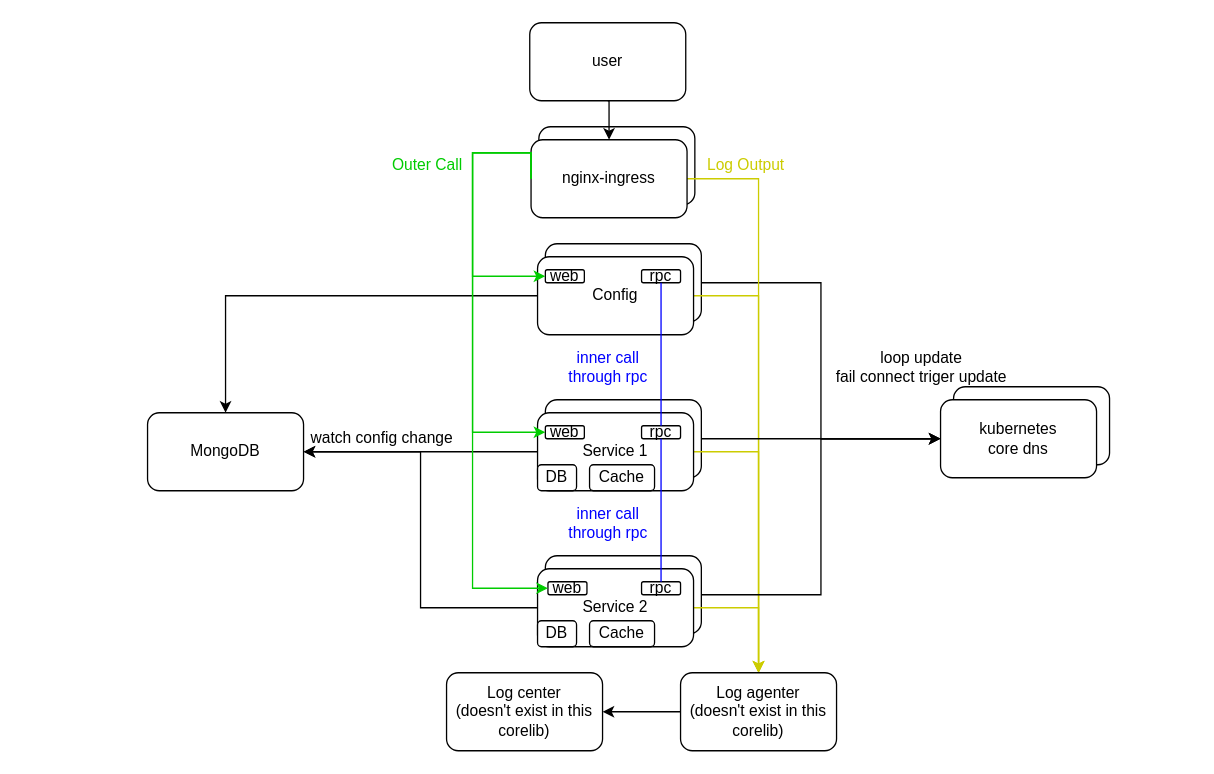
Above: Corelib.drawio in chenjie199234/Corelib (draw.io), before the change. Source tidied: cells renumbered, new cells numbered last; positions are measured from the earlier drawing's top-left corner, leaving out a move shared by most shapes. Both pictures are drawn from the tidied source at 130%, with x=0, y=0 at pixel (147, 22).
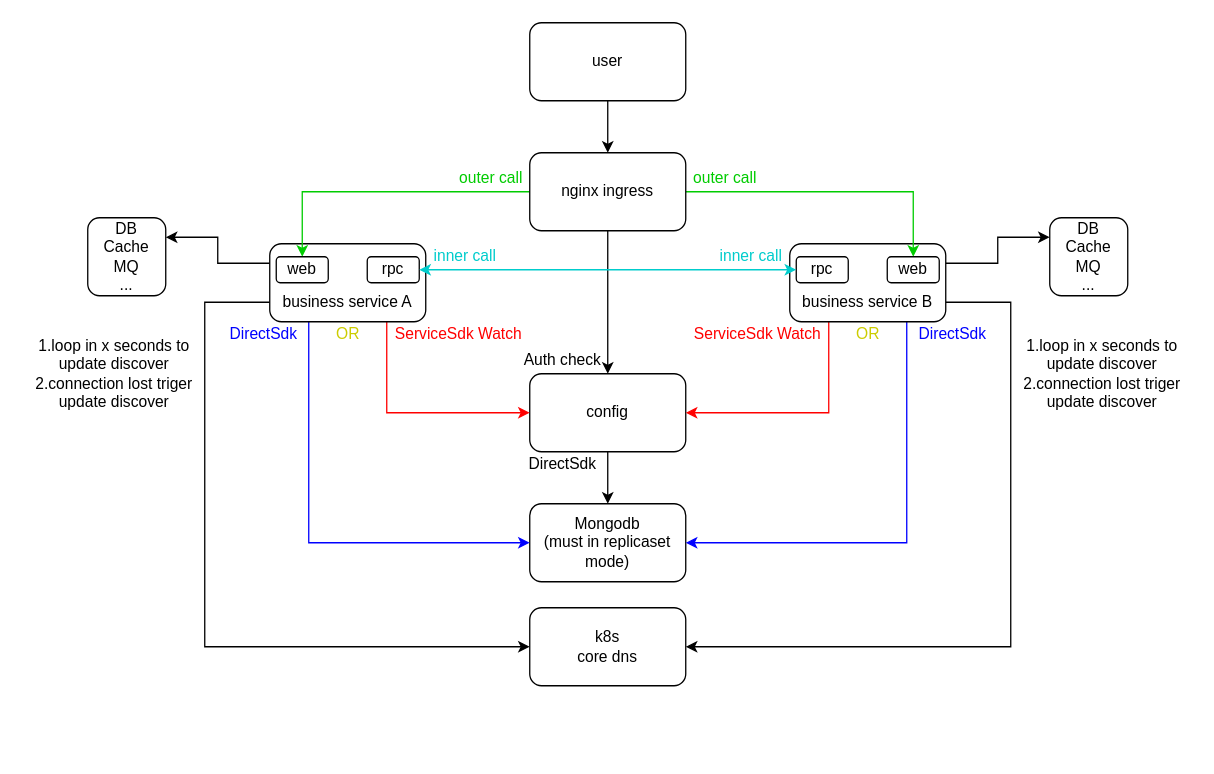
After the change.

Change to the diagram source:
```diff
@@
-    <mxCell id="2" style="rounded=1;whiteSpace=wrap;html=1;" parent="1" vertex="1">
-      <mxGeometry x="620" y="280" width="120" height="60" as="geometry" />
-    </mxCell>
-    <mxCell id="3" style="rounded=1;whiteSpace=wrap;html=1;" parent="1" vertex="1">
-      <mxGeometry x="301" y="80" width="120" height="60" as="geometry" />
-    </mxCell>
-    <mxCell id="4" style="edgeStyle=orthogonalEdgeStyle;rounded=0;jettySize=auto;html=1;exitX=1;exitY=0.5;exitDx=0;exitDy=0;entryX=0;entryY=0.5;entryDx=0;entryDy=0;" parent="1" edge="1" source="5" target="39">
-      <mxGeometry relative="1" as="geometry" />
-    </mxCell>
-    <mxCell id="5" style="rounded=1;whiteSpace=wrap;html=1;" parent="1" vertex="1">
-      <mxGeometry x="306" y="170" width="120" height="60" as="geometry" />
-    </mxCell>
-    <mxCell id="6" style="edgeStyle=orthogonalEdgeStyle;rounded=0;jettySize=auto;html=1;exitX=1;exitY=0.5;exitDx=0;exitDy=0;entryX=0.5;entryY=0;entryDx=0;entryDy=0;strokeColor=#CCCC00;" parent="1" edge="1" source="7" target="47">
-      <mxGeometry relative="1" as="geometry" />
-    </mxCell>
-    <mxCell id="7" value="nginx-ingress" style="rounded=1;whiteSpace=wrap;html=1;" parent="1" vertex="1">
-      <mxGeometry x="295" y="90" width="120" height="60" as="geometry" />
-    </mxCell>
-    <mxCell id="8" style="edgeStyle=orthogonalEdgeStyle;rounded=0;jettySize=auto;html=1;exitX=0;exitY=0.5;exitDx=0;exitDy=0;entryX=0.5;entryY=0;entryDx=0;entryDy=0;" parent="1" edge="1" source="10" target="21">
-      <mxGeometry relative="1" as="geometry" />
-    </mxCell>
-    <mxCell id="9" style="edgeStyle=orthogonalEdgeStyle;rounded=0;jettySize=auto;html=1;exitX=1;exitY=0.5;exitDx=0;exitDy=0;entryX=0.5;entryY=0;entryDx=0;entryDy=0;strokeColor=#CCCC00;" parent="1" edge="1" source="10" target="47">
-      <mxGeometry relative="1" as="geometry" />
-    </mxCell>
-    <mxCell id="10" value="Config" style="rounded=1;whiteSpace=wrap;html=1;" parent="1" vertex="1">
-      <mxGeometry x="300" y="180" width="120" height="60" as="geometry" />
-    </mxCell>
-    <mxCell id="11" style="edgeStyle=orthogonalEdgeStyle;rounded=0;jettySize=auto;html=1;exitX=1;exitY=0.5;exitDx=0;exitDy=0;" parent="1" edge="1" source="12" target="39">
-      <mxGeometry relative="1" as="geometry" />
-    </mxCell>
-    <mxCell id="12" style="rounded=1;whiteSpace=wrap;html=1;" parent="1" vertex="1">
-      <mxGeometry x="306" y="290" width="120" height="60" as="geometry" />
-    </mxCell>
-    <mxCell id="13" style="edgeStyle=orthogonalEdgeStyle;rounded=0;jettySize=auto;html=1;exitX=0;exitY=0.5;exitDx=0;exitDy=0;entryX=1;entryY=0.5;entryDx=0;entryDy=0;" parent="1" edge="1" source="15" target="21">
-      <mxGeometry relative="1" as="geometry" />
-    </mxCell>
-    <mxCell id="14" style="edgeStyle=orthogonalEdgeStyle;rounded=0;jettySize=auto;html=1;exitX=1;exitY=0.5;exitDx=0;exitDy=0;entryX=0.5;entryY=0;entryDx=0;entryDy=0;strokeColor=#CCCC00;" parent="1" edge="1" source="15" target="47">
-      <mxGeometry relative="1" as="geometry" />
-    </mxCell>
-    <mxCell id="15" value="Service 1" style="rounded=1;whiteSpace=wrap;html=1;" parent="1" vertex="1">
-      <mxGeometry x="300" y="300" width="120" height="60" as="geometry" />
-    </mxCell>
-    <mxCell id="16" style="edgeStyle=orthogonalEdgeStyle;rounded=0;jettySize=auto;html=1;exitX=1;exitY=0.5;exitDx=0;exitDy=0;entryX=0;entryY=0.5;entryDx=0;entryDy=0;" parent="1" edge="1" source="17" target="39">
-      <mxGeometry relative="1" as="geometry" />
-    </mxCell>
-    <mxCell id="17" style="rounded=1;whiteSpace=wrap;html=1;" parent="1" vertex="1">
-      <mxGeometry x="306" y="410" width="120" height="60" as="geometry" />
-    </mxCell>
-    <mxCell id="18" style="edgeStyle=orthogonalEdgeStyle;rounded=0;jettySize=auto;html=1;exitX=0;exitY=0.5;exitDx=0;exitDy=0;entryX=1;entryY=0.5;entryDx=0;entryDy=0;" parent="1" edge="1" source="20" target="21">
-      <mxGeometry relative="1" as="geometry" />
-    </mxCell>
-    <mxCell id="19" style="edgeStyle=orthogonalEdgeStyle;rounded=0;jettySize=auto;html=1;exitX=1;exitY=0.5;exitDx=0;exitDy=0;entryX=0.5;entryY=0;entryDx=0;entryDy=0;strokeColor=#CCCC00;" parent="1" edge="1" source="20" target="47">
-      <mxGeometry relative="1" as="geometry" />
-    </mxCell>
-    <mxCell id="20" value="Service 2" style="rounded=1;whiteSpace=wrap;html=1;" parent="1" vertex="1">
-      <mxGeometry x="300" y="420" width="120" height="60" as="geometry" />
-    </mxCell>
-    <mxCell id="21" value="MongoDB" style="rounded=1;whiteSpace=wrap;html=1;" parent="1" vertex="1">
-      <mxGeometry y="300" width="120" height="60" as="geometry" />
-    </mxCell>
-    <mxCell id="22" value="watch config change" style="text;html=1;align=center;verticalAlign=middle;strokeColor=none;fillColor=none;" parent="1" vertex="1">
-      <mxGeometry x="120" y="310" width="120" height="20" as="geometry" />
-    </mxCell>
-    <mxCell id="23" value="web" style="rounded=1;whiteSpace=wrap;html=1;" parent="1" vertex="1">
-      <mxGeometry x="306" y="190" width="30" height="10" as="geometry" />
-    </mxCell>
-    <mxCell id="24" value="rpc" style="rounded=1;whiteSpace=wrap;html=1;" parent="1" vertex="1">
-      <mxGeometry x="380" y="190" width="30" height="10" as="geometry" />
-    </mxCell>
-    <mxCell id="25" style="edgeStyle=orthogonalEdgeStyle;rounded=0;jettySize=auto;html=1;exitX=0;exitY=0.5;exitDx=0;exitDy=0;entryX=0;entryY=0.5;entryDx=0;entryDy=0;strokeColor=#00CC00;" parent="1" edge="1" source="7" target="23">
-      <mxGeometry relative="1" as="geometry">
-        <Array as="points">
-          <mxPoint x="250" y="100" />
-          <mxPoint x="250" y="195" />
-        </Array>
-      </mxGeometry>
-    </mxCell>
-    <mxCell id="26" value="web" style="rounded=1;whiteSpace=wrap;html=1;" parent="1" vertex="1">
-      <mxGeometry x="306" y="310" width="30" height="10" as="geometry" />
-    </mxCell>
-    <mxCell id="27" value="rpc" style="rounded=1;whiteSpace=wrap;html=1;" parent="1" vertex="1">
-      <mxGeometry x="380" y="310" width="30" height="10" as="geometry" />
-    </mxCell>
-    <mxCell id="28" style="edgeStyle=orthogonalEdgeStyle;rounded=0;jettySize=auto;html=1;exitX=0;exitY=0.5;exitDx=0;exitDy=0;entryX=0;entryY=0.5;entryDx=0;entryDy=0;strokeColor=#00CC00;" parent="1" edge="1" source="7" target="26">
-      <mxGeometry relative="1" as="geometry">
-        <Array as="points">
-          <mxPoint x="250" y="100" />
-          <mxPoint x="250" y="315" />
-        </Array>
-      </mxGeometry>
-    </mxCell>
-    <mxCell id="29" value="web" style="rounded=1;whiteSpace=wrap;html=1;" parent="1" vertex="1">
-      <mxGeometry x="308" y="430" width="30" height="10" as="geometry" />
-    </mxCell>
-    <mxCell id="30" value="rpc" style="rounded=1;whiteSpace=wrap;html=1;" parent="1" vertex="1">
-      <mxGeometry x="380" y="430" width="30" height="10" as="geometry" />
-    </mxCell>
-    <mxCell id="31" style="edgeStyle=orthogonalEdgeStyle;rounded=0;jettySize=auto;html=1;exitX=0;exitY=0.5;exitDx=0;exitDy=0;entryX=0;entryY=0.5;entryDx=0;entryDy=0;strokeColor=#00CC00;" parent="1" edge="1" source="7" target="29">
-      <mxGeometry relative="1" as="geometry">
-        <Array as="points">
-          <mxPoint x="250" y="100" />
-          <mxPoint x="250" y="435" />
-        </Array>
-      </mxGeometry>
-    </mxCell>
-    <mxCell id="32" value="&lt;font color=&quot;#00cc00&quot;&gt;Outer Call&lt;/font&gt;" style="text;html=1;align=center;verticalAlign=middle;strokeColor=none;fillColor=none;" parent="1" vertex="1">
-      <mxGeometry x="180" y="100" width="70" height="20" as="geometry" />
-    </mxCell>
-    <mxCell id="33" value="DB" style="rounded=1;whiteSpace=wrap;html=1;" parent="1" vertex="1">
-      <mxGeometry x="300" y="340" width="30" height="20" as="geometry" />
-    </mxCell>
-    <mxCell id="34" value="Cache" style="rounded=1;whiteSpace=wrap;html=1;" parent="1" vertex="1">
-      <mxGeometry x="340" y="340" width="50" height="20" as="geometry" />
-    </mxCell>
-    <mxCell id="35" value="DB" style="rounded=1;whiteSpace=wrap;html=1;" parent="1" vertex="1">
-      <mxGeometry x="300" y="460" width="30" height="20" as="geometry" />
-    </mxCell>
-    <mxCell id="36" value="Cache" style="rounded=1;whiteSpace=wrap;html=1;" parent="1" vertex="1">
-      <mxGeometry x="340" y="460" width="50" height="20" as="geometry" />
-    </mxCell>
-    <mxCell id="37" style="endArrow=none;html=1;strokeColor=#0000FF;exitX=0.5;exitY=1;exitDx=0;exitDy=0;entryX=0.5;entryY=0;entryDx=0;entryDy=0;" parent="1" edge="1" source="24" target="27">
-      <mxGeometry relative="1" as="geometry" />
-    </mxCell>
-    <mxCell id="38" style="endArrow=none;html=1;strokeColor=#0000FF;exitX=0.5;exitY=1;exitDx=0;exitDy=0;entryX=0.5;entryY=0;entryDx=0;entryDy=0;" parent="1" edge="1" source="27" target="30">
-      <mxGeometry relative="1" as="geometry" />
-    </mxCell>
-    <mxCell id="39" value="kubernetes&lt;br&gt;core dns" style="rounded=1;whiteSpace=wrap;html=1;" parent="1" vertex="1">
-      <mxGeometry x="610" y="290" width="120" height="60" as="geometry" />
-    </mxCell>
-    <mxCell id="40" value="loop update&lt;br&gt;fail connect triger update" style="text;html=1;align=center;verticalAlign=middle;strokeColor=none;fillColor=none;" parent="1" vertex="1">
-      <mxGeometry x="520" y="250" width="150" height="30" as="geometry" />
-    </mxCell>
-    <mxCell id="41" value="&lt;font color=&quot;#0000ff&quot;&gt;inner call&lt;br&gt;through rpc&lt;/font&gt;" style="text;html=1;align=center;verticalAlign=middle;strokeColor=none;fillColor=none;" parent="1" vertex="1">
-      <mxGeometry x="314" y="250" width="80" height="30" as="geometry" />
-    </mxCell>
-    <mxCell id="42" value="&lt;font color=&quot;#0000ff&quot;&gt;inner call&lt;br&gt;through rpc&lt;/font&gt;" style="text;html=1;align=center;verticalAlign=middle;strokeColor=none;fillColor=none;" parent="1" vertex="1">
-      <mxGeometry x="314" y="370" width="80" height="30" as="geometry" />
-    </mxCell>
-    <mxCell id="43" style="edgeStyle=orthogonalEdgeStyle;rounded=0;jettySize=auto;html=1;exitX=0.5;exitY=1;exitDx=0;exitDy=0;entryX=0.5;entryY=0;entryDx=0;entryDy=0;strokeColor=#000000;" parent="1" edge="1" source="44" target="7">
-      <mxGeometry relative="1" as="geometry" />
-    </mxCell>
+    <mxCell id="49" value="Mongodb&lt;br&gt;(must in replicaset mode)" style="rounded=1;whiteSpace=wrap;html=1;" parent="1" vertex="1">
+      <mxGeometry x="294" y="370" width="120" height="60" as="geometry" />
+    </mxCell>
+    <mxCell id="50" style="edgeStyle=orthogonalEdgeStyle;rounded=0;jettySize=auto;html=1;exitX=0.5;exitY=1;exitDx=0;exitDy=0;entryX=0.5;entryY=0;entryDx=0;entryDy=0;fontColor=#FF0000;strokeColor=#000000;" parent="1" edge="1" source="51" target="49">
+      <mxGeometry relative="1" as="geometry" />
+    </mxCell>
+    <mxCell id="51" value="config" style="rounded=1;whiteSpace=wrap;html=1;" parent="1" vertex="1">
+      <mxGeometry x="294" y="270" width="120" height="60" as="geometry" />
+    </mxCell>
+    <mxCell id="52" value="DirectSdk" style="text;html=1;align=center;verticalAlign=middle;strokeColor=none;fillColor=none;" parent="1" vertex="1">
+      <mxGeometry x="284" y="330" width="70" height="20" as="geometry" />
+    </mxCell>
+    <mxCell id="53" style="edgeStyle=orthogonalEdgeStyle;rounded=0;jettySize=auto;html=1;exitX=0.75;exitY=1;exitDx=0;exitDy=0;entryX=0;entryY=0.5;entryDx=0;entryDy=0;fontColor=#FF0000;strokeColor=#FF0000;" parent="1" edge="1" source="57" target="51">
+      <mxGeometry relative="1" as="geometry" />
+    </mxCell>
+    <mxCell id="54" style="edgeStyle=orthogonalEdgeStyle;rounded=0;jettySize=auto;html=1;exitX=0.25;exitY=1;exitDx=0;exitDy=0;entryX=0;entryY=0.5;entryDx=0;entryDy=0;fontColor=#FF0000;strokeColor=#0000FF;" parent="1" edge="1" source="57" target="49">
+      <mxGeometry relative="1" as="geometry" />
+    </mxCell>
+    <mxCell id="55" style="edgeStyle=orthogonalEdgeStyle;rounded=0;jettySize=auto;html=1;exitX=0;exitY=0.25;exitDx=0;exitDy=0;entryX=1;entryY=0.25;entryDx=0;entryDy=0;" parent="1" edge="1" source="57" target="75">
+      <mxGeometry relative="1" as="geometry" />
+    </mxCell>
+    <mxCell id="56" style="edgeStyle=orthogonalEdgeStyle;rounded=0;jettySize=auto;html=1;exitX=0;exitY=0.75;exitDx=0;exitDy=0;entryX=0;entryY=0.5;entryDx=0;entryDy=0;fontColor=#000000;strokeColor=#000000;" parent="1" edge="1" source="57" target="86">
+      <mxGeometry relative="1" as="geometry">
+        <Array as="points">
+          <mxPoint x="44" y="215" />
+          <mxPoint x="44" y="480" />
+        </Array>
+      </mxGeometry>
+    </mxCell>
+    <mxCell id="57" value="&lt;br&gt;&lt;br&gt;business service A" style="rounded=1;whiteSpace=wrap;html=1;" parent="1" vertex="1">
+      <mxGeometry x="94" y="170" width="120" height="60" as="geometry" />
+    </mxCell>
+    <mxCell id="58" style="edgeStyle=orthogonalEdgeStyle;rounded=0;jettySize=auto;html=1;exitX=0.25;exitY=1;exitDx=0;exitDy=0;entryX=1;entryY=0.5;entryDx=0;entryDy=0;fontColor=#FF0000;strokeColor=#FF0000;" parent="1" edge="1" source="62" target="51">
+      <mxGeometry relative="1" as="geometry" />
+    </mxCell>
+    <mxCell id="59" style="edgeStyle=orthogonalEdgeStyle;rounded=0;jettySize=auto;html=1;exitX=0.75;exitY=1;exitDx=0;exitDy=0;entryX=1;entryY=0.5;entryDx=0;entryDy=0;fontColor=#FF0000;strokeColor=#0000FF;" parent="1" edge="1" source="62" target="49">
+      <mxGeometry relative="1" as="geometry" />
+    </mxCell>
+    <mxCell id="60" style="edgeStyle=orthogonalEdgeStyle;rounded=0;jettySize=auto;html=1;exitX=1;exitY=0.25;exitDx=0;exitDy=0;entryX=0;entryY=0.25;entryDx=0;entryDy=0;" parent="1" edge="1" source="62" target="76">
+      <mxGeometry relative="1" as="geometry" />
+    </mxCell>
+    <mxCell id="61" style="edgeStyle=orthogonalEdgeStyle;rounded=0;jettySize=auto;html=1;exitX=1;exitY=0.75;exitDx=0;exitDy=0;entryX=1;entryY=0.5;entryDx=0;entryDy=0;fontColor=#000000;strokeColor=#000000;" parent="1" edge="1" source="62" target="86">
+      <mxGeometry relative="1" as="geometry">
+        <Array as="points">
+          <mxPoint x="664" y="215" />
+          <mxPoint x="664" y="480" />
+        </Array>
+      </mxGeometry>
+    </mxCell>
+    <mxCell id="62" value="&lt;br&gt;&lt;br&gt;business service B" style="rounded=1;whiteSpace=wrap;html=1;" parent="1" vertex="1">
+      <mxGeometry x="494" y="170" width="120" height="60" as="geometry" />
+    </mxCell>
+    <mxCell id="63" value="&lt;font color=&quot;#ff0000&quot;&gt;ServiceSdk Watch&lt;/font&gt;" style="text;html=1;align=center;verticalAlign=middle;strokeColor=none;fillColor=none;" parent="1" vertex="1">
+      <mxGeometry x="184" y="230" width="110" height="20" as="geometry" />
+    </mxCell>
+    <mxCell id="64" value="&lt;font color=&quot;#0000ff&quot;&gt;DirectSdk&lt;/font&gt;" style="text;html=1;align=center;verticalAlign=middle;strokeColor=none;fillColor=none;" parent="1" vertex="1">
+      <mxGeometry x="584" y="230" width="70" height="20" as="geometry" />
+    </mxCell>
+    <mxCell id="65" value="&lt;font color=&quot;#0000ff&quot;&gt;DirectSdk&lt;/font&gt;" style="text;html=1;align=center;verticalAlign=middle;strokeColor=none;fillColor=none;" parent="1" vertex="1">
+      <mxGeometry x="54" y="230" width="70" height="20" as="geometry" />
+    </mxCell>
+    <mxCell id="66" value="&lt;font color=&quot;#cccc00&quot;&gt;OR&lt;/font&gt;" style="text;html=1;align=center;verticalAlign=middle;strokeColor=none;fillColor=none;fontColor=#0000FF;" parent="1" vertex="1">
+      <mxGeometry x="139" y="230" width="30" height="20" as="geometry" />
+    </mxCell>
+    <mxCell id="67" value="&lt;font color=&quot;#cccc00&quot;&gt;OR&lt;/font&gt;" style="text;html=1;align=center;verticalAlign=middle;strokeColor=none;fillColor=none;fontColor=#0000FF;" parent="1" vertex="1">
+      <mxGeometry x="539" y="230" width="30" height="20" as="geometry" />
+    </mxCell>
+    <mxCell id="68" value="&lt;font color=&quot;#ff0000&quot;&gt;ServiceSdk Watch&lt;/font&gt;" style="text;html=1;align=center;verticalAlign=middle;strokeColor=none;fillColor=none;" parent="1" vertex="1">
+      <mxGeometry x="414" y="230" width="110" height="20" as="geometry" />
+    </mxCell>
+    <mxCell id="69" style="edgeStyle=orthogonalEdgeStyle;rounded=0;jettySize=auto;html=1;exitX=0.5;exitY=1;exitDx=0;exitDy=0;entryX=0.5;entryY=0;entryDx=0;entryDy=0;fontColor=#000000;strokeColor=#000000;" parent="1" edge="1" source="72" target="51">
+      <mxGeometry relative="1" as="geometry" />
+    </mxCell>
+    <mxCell id="70" style="edgeStyle=orthogonalEdgeStyle;rounded=0;jettySize=auto;html=1;exitX=0;exitY=0.5;exitDx=0;exitDy=0;entryX=0.5;entryY=0;entryDx=0;entryDy=0;strokeColor=#00CC00;" parent="1" edge="1" source="72" target="77">
+      <mxGeometry relative="1" as="geometry" />
+    </mxCell>
+    <mxCell id="71" style="edgeStyle=orthogonalEdgeStyle;rounded=0;jettySize=auto;html=1;exitX=1;exitY=0.5;exitDx=0;exitDy=0;strokeColor=#00CC00;" parent="1" edge="1" source="72" target="78">
+      <mxGeometry relative="1" as="geometry" />
+    </mxCell>
+    <mxCell id="72" value="&lt;font color=&quot;#000000&quot;&gt;nginx ingress&lt;/font&gt;" style="rounded=1;whiteSpace=wrap;html=1;fontColor=#FF0000;" parent="1" vertex="1">
+      <mxGeometry x="294" y="100" width="120" height="60" as="geometry" />
+    </mxCell>
+    <mxCell id="73" style="edgeStyle=orthogonalEdgeStyle;rounded=0;jettySize=auto;html=1;exitX=0.5;exitY=1;exitDx=0;exitDy=0;fontColor=#000000;strokeColor=#000000;" parent="1" edge="1" source="44" target="72">
+      <mxGeometry relative="1" as="geometry" />
+    </mxCell>
-    <mxCell id="44" value="user" style="rounded=1;whiteSpace=wrap;html=1;" parent="1" vertex="1">
+    <mxCell id="44" value="user" style="rounded=1;whiteSpace=wrap;html=1;fontColor=#000000;" parent="1" vertex="1">
       <mxGeometry x="294" width="120" height="60" as="geometry" />
     </mxCell>
-    <mxCell id="45" value="Log center&lt;br&gt;(doesn't exist in this corelib)" style="rounded=1;whiteSpace=wrap;html=1;" parent="1" vertex="1">
-      <mxGeometry x="230" y="500" width="120" height="60" as="geometry" />
-    </mxCell>
-    <mxCell id="46" style="edgeStyle=orthogonalEdgeStyle;rounded=0;jettySize=auto;html=1;exitX=0;exitY=0.5;exitDx=0;exitDy=0;entryX=1;entryY=0.5;entryDx=0;entryDy=0;strokeColor=#000000;" parent="1" edge="1" source="47" target="45">
-      <mxGeometry relative="1" as="geometry" />
-    </mxCell>
-    <mxCell id="47" value="Log agenter&lt;br&gt;(doesn't exist in this corelib)" style="rounded=1;whiteSpace=wrap;html=1;" parent="1" vertex="1">
-      <mxGeometry x="410" y="500" width="120" height="60" as="geometry" />
-    </mxCell>
-    <mxCell id="48" value="&lt;font color=&quot;#cccc00&quot;&gt;Log Output&lt;/font&gt;" style="text;html=1;align=center;verticalAlign=middle;strokeColor=none;fillColor=none;" parent="1" vertex="1">
-      <mxGeometry x="425" y="100" width="70" height="20" as="geometry" />
-    </mxCell>
+    <mxCell id="74" value="Auth check" style="text;html=1;align=center;verticalAlign=middle;strokeColor=none;fillColor=none;fontColor=#000000;" parent="1" vertex="1">
+      <mxGeometry x="284" y="250" width="70" height="20" as="geometry" />
+    </mxCell>
+    <mxCell id="75" value="DB&lt;br&gt;Cache&lt;br&gt;MQ&lt;br&gt;..." style="rounded=1;whiteSpace=wrap;html=1;" parent="1" vertex="1">
+      <mxGeometry x="-46" y="150" width="60" height="60" as="geometry" />
+    </mxCell>
+    <mxCell id="76" value="DB&lt;br&gt;Cache&lt;br&gt;MQ&lt;br&gt;..." style="rounded=1;whiteSpace=wrap;html=1;" parent="1" vertex="1">
+      <mxGeometry x="694" y="150" width="60" height="60" as="geometry" />
+    </mxCell>
+    <mxCell id="77" value="web" style="rounded=1;whiteSpace=wrap;html=1;" parent="1" vertex="1">
+      <mxGeometry x="99" y="180" width="40" height="20" as="geometry" />
+    </mxCell>
+    <mxCell id="78" value="web" style="rounded=1;whiteSpace=wrap;html=1;" parent="1" vertex="1">
+      <mxGeometry x="569" y="180" width="40" height="20" as="geometry" />
+    </mxCell>
+    <mxCell id="79" value="rpc" style="rounded=1;whiteSpace=wrap;html=1;" parent="1" vertex="1">
+      <mxGeometry x="169" y="180" width="40" height="20" as="geometry" />
+    </mxCell>
+    <mxCell id="80" value="rpc" style="rounded=1;whiteSpace=wrap;html=1;" parent="1" vertex="1">
+      <mxGeometry x="499" y="180" width="40" height="20" as="geometry" />
+    </mxCell>
+    <mxCell id="81" style="endArrow=classic;startArrow=classic;html=1;rounded=0;exitX=1;exitY=0.5;exitDx=0;exitDy=0;entryX=0;entryY=0.5;entryDx=0;entryDy=0;strokeColor=#00CCCC;" parent="1" edge="1" source="79" target="80">
+      <mxGeometry relative="1" as="geometry" />
+    </mxCell>
+    <mxCell id="82" value="&lt;font color=&quot;#00cc00&quot;&gt;outer call&lt;/font&gt;" style="text;html=1;align=center;verticalAlign=middle;strokeColor=none;fillColor=none;" parent="1" vertex="1">
+      <mxGeometry x="414" y="110" width="60" height="20" as="geometry" />
+    </mxCell>
+    <mxCell id="83" value="&lt;font color=&quot;#00cc00&quot;&gt;outer call&lt;/font&gt;" style="text;html=1;align=center;verticalAlign=middle;strokeColor=none;fillColor=none;" parent="1" vertex="1">
+      <mxGeometry x="234" y="110" width="60" height="20" as="geometry" />
+    </mxCell>
+    <mxCell id="84" value="&lt;font color=&quot;#00cccc&quot;&gt;inner call&lt;/font&gt;" style="text;html=1;align=center;verticalAlign=middle;strokeColor=none;fillColor=none;fontColor=#00CC00;" parent="1" vertex="1">
+      <mxGeometry x="214" y="170" width="60" height="20" as="geometry" />
+    </mxCell>
+    <mxCell id="85" value="&lt;font color=&quot;#00cccc&quot;&gt;inner call&lt;/font&gt;" style="text;html=1;align=center;verticalAlign=middle;strokeColor=none;fillColor=none;fontColor=#00CC00;" parent="1" vertex="1">
+      <mxGeometry x="434" y="170" width="60" height="20" as="geometry" />
+    </mxCell>
+    <mxCell id="86" value="&lt;font color=&quot;#000000&quot;&gt;k8s&lt;br&gt;core dns&lt;/font&gt;" style="rounded=1;whiteSpace=wrap;html=1;fontColor=#00CCCC;" parent="1" vertex="1">
+      <mxGeometry x="294" y="450" width="120" height="60" as="geometry" />
+    </mxCell>
+    <mxCell id="87" value="1.loop in x seconds to&lt;br&gt;update discover&lt;br&gt;2.connection lost triger&lt;br&gt;update discover" style="text;html=1;align=center;verticalAlign=middle;strokeColor=none;fillColor=none;fontColor=#000000;" parent="1" vertex="1">
+      <mxGeometry x="-96" y="240" width="140" height="60" as="geometry" />
+    </mxCell>
+    <mxCell id="88" value="1.loop in x seconds to&lt;br&gt;update discover&lt;br&gt;2.connection lost triger&lt;br&gt;update discover" style="text;html=1;align=center;verticalAlign=middle;strokeColor=none;fillColor=none;fontColor=#000000;" parent="1" vertex="1">
+      <mxGeometry x="664" y="240" width="140" height="60" as="geometry" />
+    </mxCell>
```
